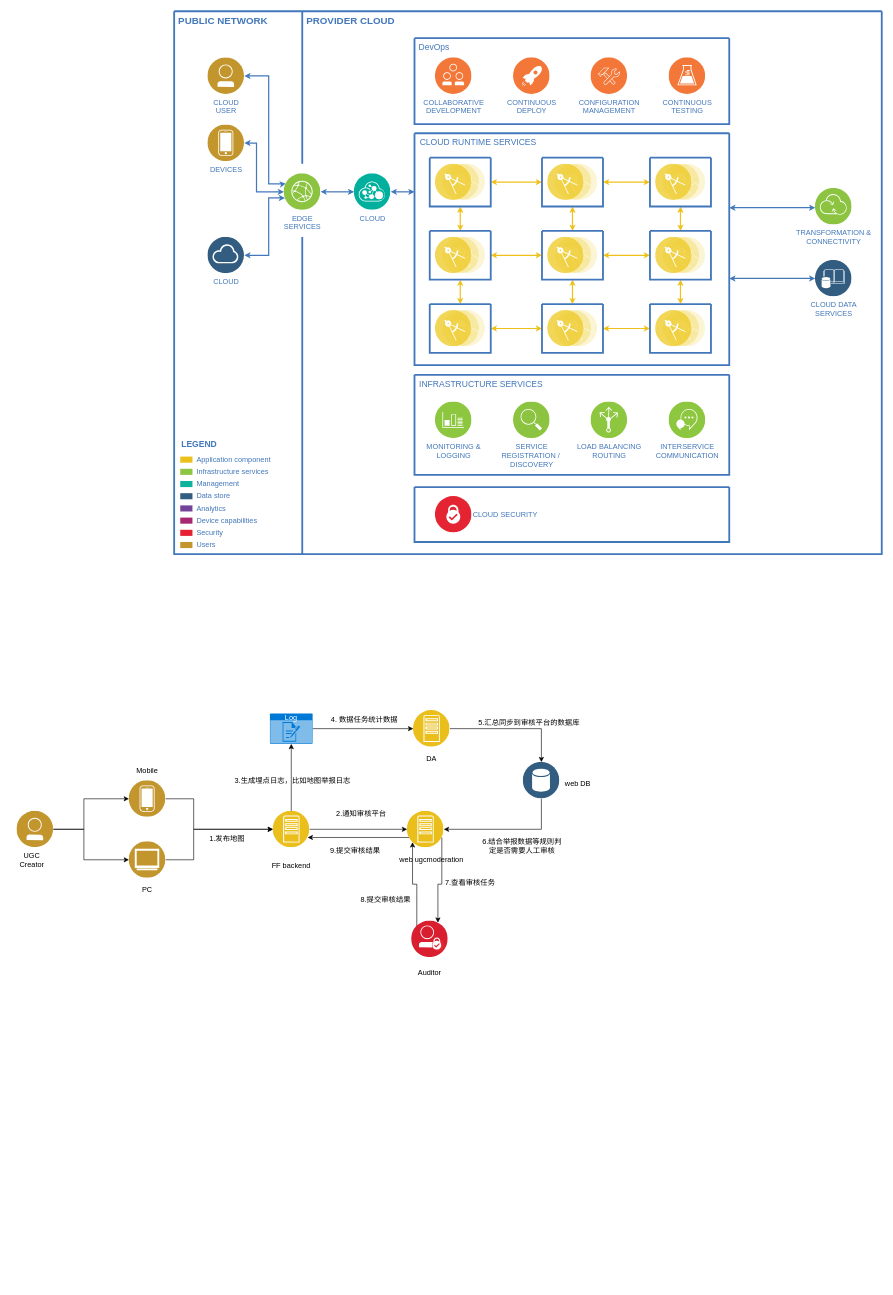
Before: service.drawio in onlyonedaniel/wiki, a draw.io diagram. Source tidied: cells renumbered, new cells numbered last; positions are measured from the earlier drawing's top-left corner, leaving out a move shared by most shapes. Both pictures are drawn from the tidied source at 61%, with x=0, y=0 at pixel (10, 11). Pictures stored in the file or linked from it are replaced by grey dashed boxes.
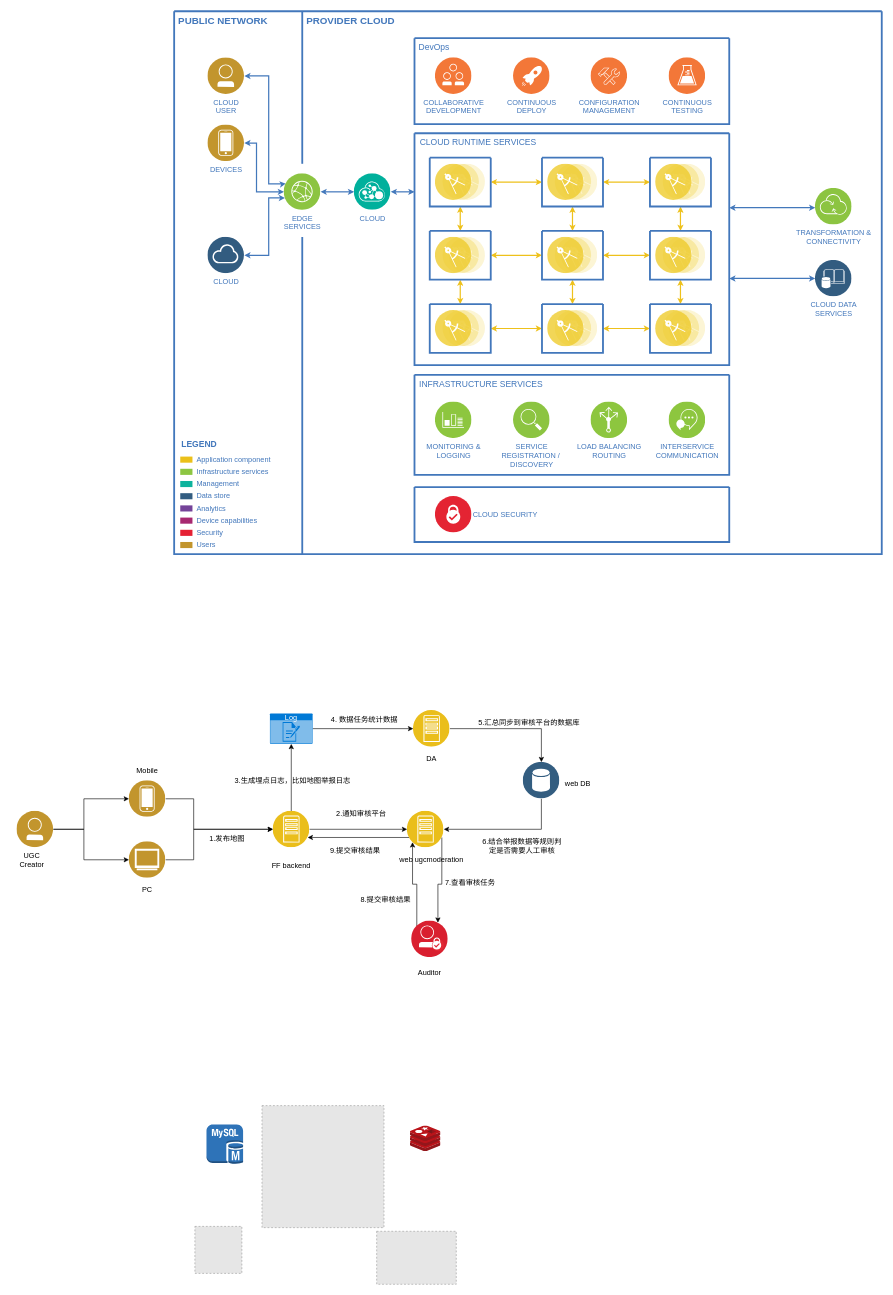
The same page after the edit.

The edit, as a diff of the source:
```diff
@@
+    <mxCell id="114" style="fillColor=#E6E6E6;strokeColor=#999999;dashed=1;verticalLabelPosition=bottom;labelBackgroundColor=default;verticalAlign=top;" parent="1" vertex="1">
+      <mxGeometry x="412" y="1794" width="200" height="200" as="geometry" />
+    </mxCell>
+    <mxCell id="115" style="dashed=0;verticalLabelPosition=bottom;verticalAlign=top;align=center;html=1;shape=mxgraph.aws3.mysql_db_instance;fillColor=#2E73B8;gradientColor=none;" parent="1" vertex="1">
+      <mxGeometry x="321" y="1825" width="60" height="64.5" as="geometry" />
+    </mxCell>
+    <mxCell id="116" style="image;sketch=0;html=1;align=center;fontSize=12;image=img/lib/mscae/Cache_Redis_Product.svg;" parent="1" vertex="1">
+      <mxGeometry x="655" y="1827" width="50" height="42" as="geometry" />
+    </mxCell>
+    <mxCell id="117" style="fillColor=#E6E6E6;strokeColor=#999999;dashed=1;verticalLabelPosition=bottom;labelBackgroundColor=default;verticalAlign=top;" parent="1" vertex="1">
+      <mxGeometry x="302" y="1992" width="77" height="77" as="geometry" />
+    </mxCell>
+    <mxCell id="118" style="fillColor=#E6E6E6;strokeColor=#999999;dashed=1;verticalLabelPosition=bottom;labelBackgroundColor=default;verticalAlign=top;" parent="1" vertex="1">
+      <mxGeometry x="600" y="2000" width="130.5" height="86.9" as="geometry" />
+    </mxCell>
```
